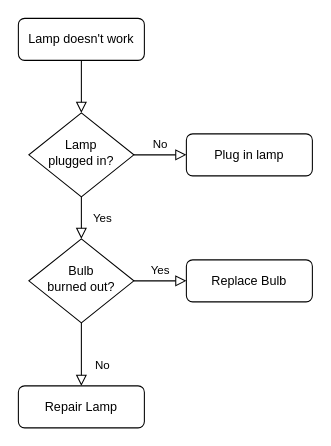
This is Untitled Diagram.drawio from Rocco6745667/Family-Guy-Epic-Adventure-Remastered, a draw.io file, before an edit. Source tidied: cells renumbered, new cells numbered last; positions are measured from the earlier drawing's top-left corner, leaving out a move shared by most shapes. Both pictures are drawn from the tidied source at 105%, with x=0, y=0 at pixel (18, 18).
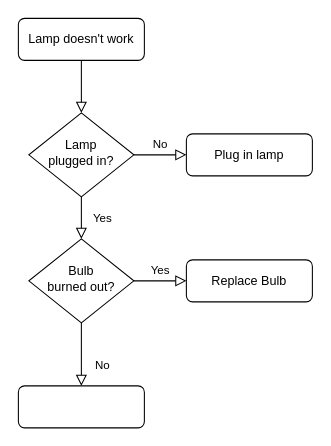
Above is the later version.

Change to the diagram source:
```diff
@@
 <mxGraphModel>
   <root>
     <mxCell id="0" />
     <mxCell id="1" parent="0" />
     <mxCell id="2" style="rounded=0;html=1;jettySize=auto;fontSize=11;endArrow=block;endFill=0;endSize=8;strokeWidth=1;shadow=0;labelBackgroundColor=none;edgeStyle=orthogonalEdgeStyle;" parent="1" edge="1" source="3" target="6">
       <mxGeometry relative="1" as="geometry" />
     </mxCell>
     <mxCell id="3" value="Lamp doesn't work" style="rounded=1;whiteSpace=wrap;html=1;fontSize=12;glass=0;strokeWidth=1;shadow=0;" parent="1" vertex="1">
       <mxGeometry width="120" height="40" as="geometry" />
     </mxCell>
     <mxCell id="4" value="Yes" style="rounded=0;html=1;jettySize=auto;fontSize=11;endArrow=block;endFill=0;endSize=8;strokeWidth=1;shadow=0;labelBackgroundColor=none;edgeStyle=orthogonalEdgeStyle;" parent="1" edge="1" source="6" target="10">
       <mxGeometry y="20" relative="1" as="geometry" />
     </mxCell>
     <mxCell id="5" value="No" style="edgeStyle=orthogonalEdgeStyle;rounded=0;html=1;jettySize=auto;fontSize=11;endArrow=block;endFill=0;endSize=8;strokeWidth=1;shadow=0;labelBackgroundColor=none;" parent="1" edge="1" source="6" target="7">
       <mxGeometry y="10" relative="1" as="geometry" />
     </mxCell>
     <mxCell id="6" value="Lamp&lt;br&gt;plugged in?" style="rhombus;whiteSpace=wrap;html=1;shadow=0;fontFamily=Helvetica;fontSize=12;align=center;strokeWidth=1;spacing=6;spacingTop=-4;" parent="1" vertex="1">
       <mxGeometry x="10" y="90" width="100" height="80" as="geometry" />
     </mxCell>
     <mxCell id="7" value="Plug in lamp" style="rounded=1;whiteSpace=wrap;html=1;fontSize=12;glass=0;strokeWidth=1;shadow=0;" parent="1" vertex="1">
       <mxGeometry x="160" y="110" width="120" height="40" as="geometry" />
     </mxCell>
     <mxCell id="8" value="No" style="rounded=0;html=1;jettySize=auto;fontSize=11;endArrow=block;endFill=0;endSize=8;strokeWidth=1;shadow=0;labelBackgroundColor=none;edgeStyle=orthogonalEdgeStyle;" parent="1" edge="1" source="10" target="11">
       <mxGeometry x="0.33" y="20" relative="1" as="geometry" />
     </mxCell>
     <mxCell id="9" value="Yes" style="edgeStyle=orthogonalEdgeStyle;rounded=0;html=1;jettySize=auto;fontSize=11;endArrow=block;endFill=0;endSize=8;strokeWidth=1;shadow=0;labelBackgroundColor=none;" parent="1" edge="1" source="10" target="12">
       <mxGeometry y="10" relative="1" as="geometry" />
     </mxCell>
     <mxCell id="10" value="Bulb&lt;br&gt;burned out?" style="rhombus;whiteSpace=wrap;html=1;shadow=0;fontFamily=Helvetica;fontSize=12;align=center;strokeWidth=1;spacing=6;spacingTop=-4;" parent="1" vertex="1">
       <mxGeometry x="10" y="210" width="100" height="80" as="geometry" />
     </mxCell>
-    <mxCell id="11" value="Repair Lamp" style="rounded=1;whiteSpace=wrap;html=1;fontSize=12;glass=0;strokeWidth=1;shadow=0;" parent="1" vertex="1">
+    <mxCell id="11" style="rounded=1;whiteSpace=wrap;html=1;fontSize=12;glass=0;strokeWidth=1;shadow=0;" parent="1" vertex="1">
       <mxGeometry y="350" width="120" height="40" as="geometry" />
     </mxCell>
     <mxCell id="12" value="Replace Bulb" style="rounded=1;whiteSpace=wrap;html=1;fontSize=12;glass=0;strokeWidth=1;shadow=0;" parent="1" vertex="1">
       <mxGeometry x="160" y="230" width="120" height="40" as="geometry" />
     </mxCell>
   </root>
 </mxGraphModel>
```
